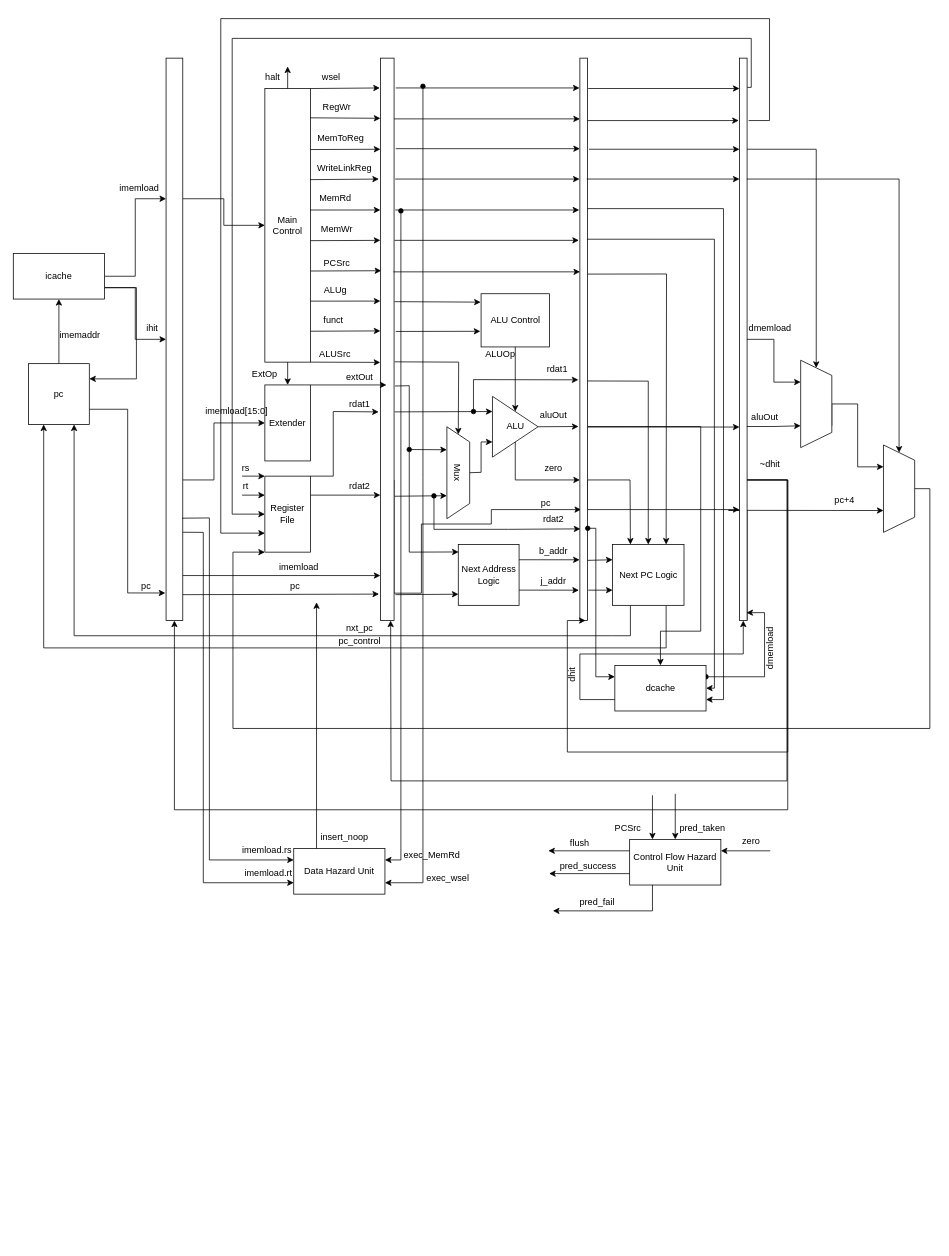
Earlier version of the draw.io diagram Pipeline.drawio.xml (dsrasheed/ece437). Source tidied: cells renumbered, new cells numbered last; positions are measured from the earlier drawing's top-left corner, leaving out a move shared by most shapes. Both pictures are drawn from the tidied source at 76%, with x=0, y=0 at pixel (13, 18).
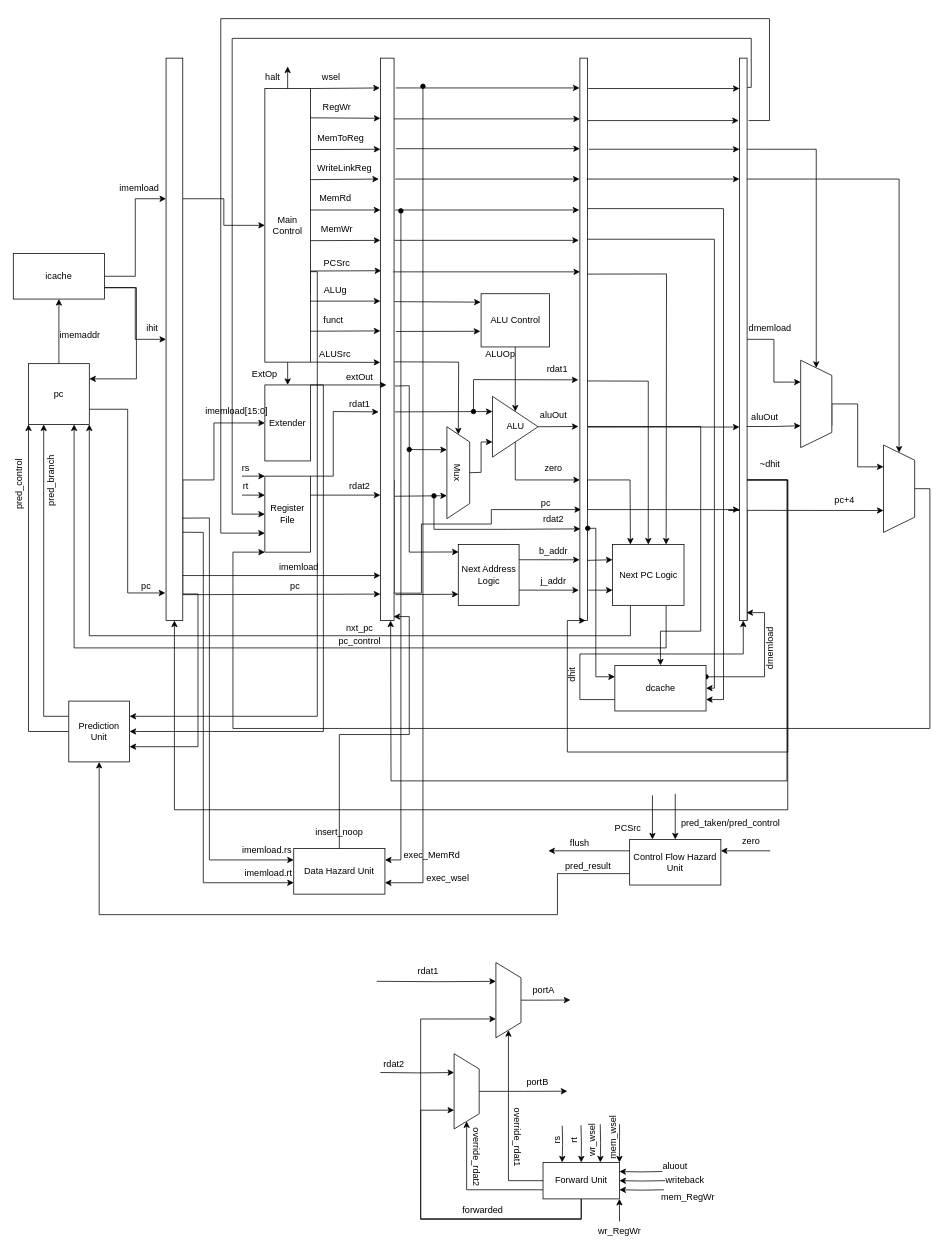
The same page after the edit.

Unchanged cells that the change refers to:
```xml
<mxCell id="4" style="rounded=0;whiteSpace=wrap;html=1;" parent="1" vertex="1">
  <mxGeometry x="201" y="52" width="22" height="740" as="geometry" />
</mxCell>
<mxCell id="5" value="Main Control" style="rounded=0;whiteSpace=wrap;html=1;" parent="1" vertex="1">
  <mxGeometry x="331" y="92" width="60" height="360" as="geometry" />
</mxCell>
<mxCell id="25" style="rounded=0;whiteSpace=wrap;html=1;" parent="1" vertex="1">
  <mxGeometry x="483" y="52" width="18" height="740" as="geometry" />
</mxCell>
<mxCell id="31" value="Extender" style="rounded=0;whiteSpace=wrap;html=1;" parent="1" vertex="1">
  <mxGeometry x="331" y="482" width="60" height="100" as="geometry" />
</mxCell>
<mxCell id="95" value="Next PC Logic" style="rounded=0;whiteSpace=wrap;html=1;" parent="1" vertex="1">
  <mxGeometry x="788.5" y="692" width="94" height="80" as="geometry" />
</mxCell>
<mxCell id="121" value="pc" style="whiteSpace=wrap;html=1;" parent="1" vertex="1">
  <mxGeometry x="20" y="454" width="80" height="80" as="geometry" />
</mxCell>
<mxCell id="139" value="Data Hazard Unit" style="rounded=0;whiteSpace=wrap;html=1;" parent="1" vertex="1">
  <mxGeometry x="369" y="1092" width="120" height="60" as="geometry" />
</mxCell>
<mxCell id="150" value="Control Flow Hazard Unit" style="rounded=0;whiteSpace=wrap;html=1;" parent="1" vertex="1">
  <mxGeometry x="811" y="1080" width="120" height="60" as="geometry" />
</mxCell>
```

What changed in the source:
```diff
@@
+    <mxCell id="164" style="edgeStyle=orthogonalEdgeStyle;rounded=0;jettySize=auto;html=1;exitX=1;exitY=0.75;exitDx=0;exitDy=0;entryX=1;entryY=0.75;entryDx=0;entryDy=0;" parent="1" edge="1" source="4" target="171">
+      <mxGeometry relative="1" as="geometry">
+        <Array as="points">
+          <mxPoint x="223" y="757" />
+          <mxPoint x="243" y="757" />
+          <mxPoint x="243" y="958" />
+        </Array>
+      </mxGeometry>
+    </mxCell>
@@
+    <mxCell id="165" style="edgeStyle=orthogonalEdgeStyle;rounded=0;jettySize=auto;html=1;exitX=1;exitY=0.75;exitDx=0;exitDy=0;entryX=1;entryY=0.25;entryDx=0;entryDy=0;" parent="1" edge="1" source="5" target="171">
+      <mxGeometry relative="1" as="geometry">
+        <Array as="points">
+          <mxPoint x="391" y="333" />
+          <mxPoint x="400" y="333" />
+          <mxPoint x="400" y="918" />
+        </Array>
+      </mxGeometry>
+    </mxCell>
@@
+    <mxCell id="166" style="edgeStyle=orthogonalEdgeStyle;rounded=0;jettySize=auto;html=1;exitX=1;exitY=0;exitDx=0;exitDy=0;entryX=1;entryY=0.5;entryDx=0;entryDy=0;" parent="1" edge="1" source="31" target="171">
+      <mxGeometry relative="1" as="geometry">
+        <Array as="points">
+          <mxPoint x="408" y="482" />
+          <mxPoint x="408" y="938" />
+        </Array>
+      </mxGeometry>
+    </mxCell>
@@
-    <mxCell id="69" style="endArrow=classic;html=1;rounded=0;exitX=1;exitY=0.954;exitDx=0;exitDy=0;exitPerimeter=0;entryX=-0.1;entryY=0.953;entryDx=0;entryDy=0;entryPerimeter=0;" parent="1" edge="1" source="4" target="25">
+    <mxCell id="69" style="endArrow=classic;html=1;rounded=0;exitX=1;exitY=0.954;exitDx=0;exitDy=0;exitPerimeter=0;entryX=0;entryY=0.953;entryDx=0;entryDy=0;entryPerimeter=0;" parent="1" edge="1" source="4" target="25">
       <mxGeometry relative="1" as="geometry" />
     </mxCell>
@@
-    <mxCell id="75" style="edgeStyle=orthogonalEdgeStyle;rounded=0;jettySize=auto;html=1;exitX=0.25;exitY=1;exitDx=0;exitDy=0;entryX=0.75;entryY=1;entryDx=0;entryDy=0;startArrow=none;startFill=0;" parent="1" edge="1" source="95" target="121">
+    <mxCell id="75" style="edgeStyle=orthogonalEdgeStyle;rounded=0;jettySize=auto;html=1;exitX=0.25;exitY=1;exitDx=0;exitDy=0;entryX=1;entryY=1;entryDx=0;entryDy=0;startArrow=none;startFill=0;" parent="1" edge="1" source="95" target="121">
       <mxGeometry relative="1" as="geometry">
         <Array as="points">
-          <mxPoint x="787" y="812" />
-          <mxPoint x="107" y="812" />
+          <mxPoint x="812" y="812" />
+          <mxPoint x="100" y="812" />
         </Array>
       </mxGeometry>
     </mxCell>
-    <mxCell id="76" style="edgeStyle=orthogonalEdgeStyle;rounded=0;jettySize=auto;html=1;exitX=0.75;exitY=1;exitDx=0;exitDy=0;entryX=0.25;entryY=1;entryDx=0;entryDy=0;startArrow=none;startFill=0;" parent="1" edge="1" source="95" target="121">
+    <mxCell id="76" style="edgeStyle=orthogonalEdgeStyle;rounded=0;jettySize=auto;html=1;exitX=0.75;exitY=1;exitDx=0;exitDy=0;entryX=0.75;entryY=1;entryDx=0;entryDy=0;startArrow=none;startFill=0;" parent="1" edge="1" source="95" target="121">
       <mxGeometry relative="1" as="geometry">
         <Array as="points">
-          <mxPoint x="835" y="828" />
-          <mxPoint x="67" y="828" />
+          <mxPoint x="859" y="828" />
+          <mxPoint x="80" y="828" />
         </Array>
       </mxGeometry>
     </mxCell>
@@
+    <mxCell id="167" style="edgeStyle=orthogonalEdgeStyle;rounded=0;jettySize=auto;html=1;exitX=0.5;exitY=0;exitDx=0;exitDy=0;entryX=0.963;entryY=0.993;entryDx=0;entryDy=0;entryPerimeter=0;" parent="1" edge="1" source="139" target="25">
+      <mxGeometry relative="1" as="geometry" />
+    </mxCell>
@@
-    <mxCell id="148" style="endArrow=classic;html=1;rounded=0;exitX=0.25;exitY=0;exitDx=0;exitDy=0;" parent="1" edge="1" source="139">
-      <mxGeometry relative="1" as="geometry">
-        <mxPoint x="399" y="768" as="targetPoint" />
-      </mxGeometry>
-    </mxCell>
     <mxCell id="149" value="insert_noop" style="text;html=1;strokeColor=none;fillColor=none;align=center;verticalAlign=middle;whiteSpace=wrap;rounded=0;" parent="1" vertex="1">
-      <mxGeometry x="406" y="1062" width="60" height="30" as="geometry" />
+      <mxGeometry x="398.5" y="1056" width="60" height="30" as="geometry" />
     </mxCell>
+    <mxCell id="168" style="edgeStyle=orthogonalEdgeStyle;rounded=0;jettySize=auto;html=1;exitX=0;exitY=0.75;exitDx=0;exitDy=0;entryX=0.5;entryY=1;entryDx=0;entryDy=0;" parent="1" edge="1" source="150" target="171">
+      <mxGeometry relative="1" as="geometry">
+        <Array as="points">
+          <mxPoint x="716" y="1125" />
+          <mxPoint x="716" y="1179" />
+          <mxPoint x="113" y="1179" />
+        </Array>
+      </mxGeometry>
+    </mxCell>
@@
-    <mxCell id="155" value="pred_taken" style="text;html=1;strokeColor=none;fillColor=none;align=center;verticalAlign=middle;whiteSpace=wrap;rounded=0;" parent="1" vertex="1">
-      <mxGeometry x="877" y="1050" width="60" height="30" as="geometry" />
+    <mxCell id="155" value="pred_taken/pred_control" style="text;html=1;strokeColor=none;fillColor=none;align=center;verticalAlign=middle;whiteSpace=wrap;rounded=0;" parent="1" vertex="1">
+      <mxGeometry x="914" y="1044" width="60" height="30" as="geometry" />
     </mxCell>
@@
-    <mxCell id="159" style="endArrow=classic;html=1;rounded=0;exitX=0;exitY=0.75;exitDx=0;exitDy=0;" parent="1" edge="1" source="150">
-      <mxGeometry relative="1" as="geometry">
-        <mxPoint x="705" y="1125" as="targetPoint" />
-      </mxGeometry>
-    </mxCell>
@@
-    <mxCell id="161" value="pred_success" style="text;html=1;strokeColor=none;fillColor=none;align=center;verticalAlign=middle;whiteSpace=wrap;rounded=0;" parent="1" vertex="1">
+    <mxCell id="161" value="pred_result" style="text;html=1;strokeColor=none;fillColor=none;align=center;verticalAlign=middle;whiteSpace=wrap;rounded=0;" parent="1" vertex="1">
       <mxGeometry x="734" y="1104" width="45" height="21" as="geometry" />
     </mxCell>
-    <mxCell id="162" style="endArrow=classic;html=1;rounded=0;exitX=0.25;exitY=1;exitDx=0;exitDy=0;" parent="1" edge="1" source="150">
-      <mxGeometry relative="1" as="geometry">
-        <mxPoint x="710" y="1174" as="targetPoint" />
-        <Array as="points">
-          <mxPoint x="841" y="1174" />
-        </Array>
-      </mxGeometry>
-    </mxCell>
-    <mxCell id="163" value="pred_fail" style="text;html=1;strokeColor=none;fillColor=none;align=center;verticalAlign=middle;whiteSpace=wrap;rounded=0;" parent="1" vertex="1">
-      <mxGeometry x="745.5" y="1152" width="45" height="21" as="geometry" />
-    </mxCell>
+    <mxCell id="169" style="edgeStyle=orthogonalEdgeStyle;rounded=0;jettySize=auto;html=1;exitX=0;exitY=0.25;exitDx=0;exitDy=0;entryX=0.25;entryY=1;entryDx=0;entryDy=0;" parent="1" edge="1" source="171" target="121">
+      <mxGeometry relative="1" as="geometry" />
+    </mxCell>
+    <mxCell id="170" style="edgeStyle=orthogonalEdgeStyle;rounded=0;jettySize=auto;html=1;exitX=0;exitY=0.5;exitDx=0;exitDy=0;entryX=0;entryY=1;entryDx=0;entryDy=0;" parent="1" edge="1" source="171" target="121">
+      <mxGeometry relative="1" as="geometry" />
+    </mxCell>
+    <mxCell id="171" value="Prediction Unit" style="whiteSpace=wrap;html=1;" parent="1" vertex="1">
+      <mxGeometry x="73" y="898" width="80" height="80" as="geometry" />
+    </mxCell>
+    <mxCell id="172" value="pred_control" style="text;html=1;strokeColor=none;fillColor=none;align=center;verticalAlign=middle;whiteSpace=wrap;rounded=0;rotation=-90;" parent="1" vertex="1">
+      <mxGeometry x="-23" y="606" width="60" height="13" as="geometry" />
+    </mxCell>
+    <mxCell id="173" value="pred_branch" style="text;html=1;strokeColor=none;fillColor=none;align=center;verticalAlign=middle;whiteSpace=wrap;rounded=0;rotation=-90;" parent="1" vertex="1">
+      <mxGeometry x="20" y="593" width="60" height="30" as="geometry" />
+    </mxCell>
+    <mxCell id="174" style="edgeStyle=orthogonalEdgeStyle;rounded=0;jettySize=auto;html=1;exitX=0;exitY=0.75;exitDx=0;exitDy=0;" parent="1" edge="1" source="186" target="189">
+      <mxGeometry relative="1" as="geometry" />
+    </mxCell>
+    <mxCell id="175" style="edgeStyle=orthogonalEdgeStyle;rounded=0;jettySize=auto;html=1;exitX=0;exitY=0.5;exitDx=0;exitDy=0;" parent="1" edge="1" source="186" target="192">
+      <mxGeometry relative="1" as="geometry" />
+    </mxCell>
+    <mxCell id="176" style="edgeStyle=orthogonalEdgeStyle;rounded=0;jettySize=auto;html=1;exitX=0.5;exitY=1;exitDx=0;exitDy=0;entryX=0.75;entryY=1;entryDx=0;entryDy=0;" parent="1" edge="1" source="186" target="192">
+      <mxGeometry relative="1" as="geometry">
+        <Array as="points">
+          <mxPoint x="747" y="1580" />
+          <mxPoint x="536" y="1580" />
+          <mxPoint x="536" y="1316" />
+        </Array>
+      </mxGeometry>
+    </mxCell>
+    <mxCell id="177" style="edgeStyle=orthogonalEdgeStyle;rounded=0;jettySize=auto;html=1;exitX=0.5;exitY=1;exitDx=0;exitDy=0;entryX=0.75;entryY=1;entryDx=0;entryDy=0;" parent="1" edge="1" source="186" target="189">
+      <mxGeometry relative="1" as="geometry">
+        <Array as="points">
+          <mxPoint x="747" y="1579" />
+          <mxPoint x="536" y="1579" />
+          <mxPoint x="536" y="1436" />
+        </Array>
+      </mxGeometry>
+    </mxCell>
+    <mxCell id="178" style="edgeStyle=orthogonalEdgeStyle;rounded=0;jettySize=auto;html=1;exitX=0.25;exitY=0;exitDx=0;exitDy=0;entryX=0.25;entryY=0;entryDx=0;entryDy=0;" parent="1" edge="1" target="186">
+      <mxGeometry relative="1" as="geometry">
+        <mxPoint x="722.3" y="1456.7" as="sourcePoint" />
+      </mxGeometry>
+    </mxCell>
+    <mxCell id="179" style="edgeStyle=orthogonalEdgeStyle;rounded=0;jettySize=auto;html=1;entryX=0.5;entryY=0;entryDx=0;entryDy=0;" parent="1" edge="1" target="186">
+      <mxGeometry relative="1" as="geometry">
+        <mxPoint x="747" y="1456" as="sourcePoint" />
+      </mxGeometry>
+    </mxCell>
+    <mxCell id="180" style="edgeStyle=orthogonalEdgeStyle;rounded=0;jettySize=auto;html=1;exitX=0.75;exitY=0;exitDx=0;exitDy=0;entryX=0.75;entryY=0;entryDx=0;entryDy=0;" parent="1" edge="1" target="186">
+      <mxGeometry relative="1" as="geometry">
+        <mxPoint x="772.3" y="1454.7" as="sourcePoint" />
+      </mxGeometry>
+    </mxCell>
+    <mxCell id="181" style="edgeStyle=orthogonalEdgeStyle;rounded=0;jettySize=auto;html=1;exitX=1;exitY=0;exitDx=0;exitDy=0;entryX=1;entryY=0;entryDx=0;entryDy=0;" parent="1" edge="1" target="186">
+      <mxGeometry relative="1" as="geometry">
+        <mxPoint x="797.7" y="1454.7" as="sourcePoint" />
+        <Array as="points">
+          <mxPoint x="798" y="1471" />
+          <mxPoint x="798" y="1471" />
+        </Array>
+      </mxGeometry>
+    </mxCell>
+    <mxCell id="182" style="edgeStyle=orthogonalEdgeStyle;rounded=0;jettySize=auto;html=1;entryX=1;entryY=0.25;entryDx=0;entryDy=0;" parent="1" edge="1" target="186">
+      <mxGeometry relative="1" as="geometry">
+        <mxPoint x="854" y="1517" as="sourcePoint" />
+      </mxGeometry>
+    </mxCell>
+    <mxCell id="183" style="edgeStyle=orthogonalEdgeStyle;rounded=0;jettySize=auto;html=1;entryX=1;entryY=0.5;entryDx=0;entryDy=0;" parent="1" edge="1" target="186">
+      <mxGeometry relative="1" as="geometry">
+        <mxPoint x="858" y="1529" as="sourcePoint" />
+      </mxGeometry>
+    </mxCell>
+    <mxCell id="184" style="edgeStyle=orthogonalEdgeStyle;rounded=0;jettySize=auto;html=1;entryX=1;entryY=0.75;entryDx=0;entryDy=0;" parent="1" edge="1" target="186">
+      <mxGeometry relative="1" as="geometry">
+        <mxPoint x="856" y="1541" as="sourcePoint" />
+      </mxGeometry>
+    </mxCell>
+    <mxCell id="185" style="edgeStyle=orthogonalEdgeStyle;rounded=0;jettySize=auto;html=1;exitX=1;exitY=1;exitDx=0;exitDy=0;entryX=1;entryY=1;entryDx=0;entryDy=0;" parent="1" edge="1" target="186">
+      <mxGeometry relative="1" as="geometry">
+        <mxPoint x="797.7" y="1582.7" as="sourcePoint" />
+      </mxGeometry>
+    </mxCell>
+    <mxCell id="186" value="Forward Unit" style="rounded=0;whiteSpace=wrap;html=1;" parent="1" vertex="1">
+      <mxGeometry x="697" y="1505" width="100.5" height="48" as="geometry" />
+    </mxCell>
+    <mxCell id="187" style="edgeStyle=orthogonalEdgeStyle;rounded=0;jettySize=auto;html=1;exitX=0.25;exitY=1;exitDx=0;exitDy=0;entryX=0.25;entryY=1;entryDx=0;entryDy=0;" parent="1" edge="1" target="189">
+      <mxGeometry relative="1" as="geometry">
+        <mxPoint x="483" y="1386.7" as="sourcePoint" />
+      </mxGeometry>
+    </mxCell>
+    <mxCell id="188" style="edgeStyle=orthogonalEdgeStyle;rounded=0;jettySize=auto;html=1;exitX=0.5;exitY=0;exitDx=0;exitDy=0;" parent="1" edge="1" source="189">
+      <mxGeometry relative="1" as="geometry">
+        <mxPoint x="729" y="1411.3" as="targetPoint" />
+      </mxGeometry>
+    </mxCell>
+    <mxCell id="189" style="shape=trapezoid;perimeter=trapezoidPerimeter;whiteSpace=wrap;html=1;fixedSize=1;rotation=90;" parent="1" vertex="1">
+      <mxGeometry x="547" y="1395" width="99" height="33" as="geometry" />
+    </mxCell>
+    <mxCell id="190" style="edgeStyle=orthogonalEdgeStyle;rounded=0;jettySize=auto;html=1;exitX=0.25;exitY=1;exitDx=0;exitDy=0;entryX=0.25;entryY=1;entryDx=0;entryDy=0;" parent="1" edge="1" target="192">
+      <mxGeometry relative="1" as="geometry">
+        <mxPoint x="478.3" y="1266.7" as="sourcePoint" />
+      </mxGeometry>
+    </mxCell>
+    <mxCell id="191" style="edgeStyle=orthogonalEdgeStyle;rounded=0;jettySize=auto;html=1;exitX=0.5;exitY=0;exitDx=0;exitDy=0;" parent="1" edge="1" source="192">
+      <mxGeometry relative="1" as="geometry">
+        <mxPoint x="733" y="1291.3" as="targetPoint" />
+      </mxGeometry>
+    </mxCell>
+    <mxCell id="192" style="shape=trapezoid;perimeter=trapezoidPerimeter;whiteSpace=wrap;html=1;fixedSize=1;rotation=90;" parent="1" vertex="1">
+      <mxGeometry x="602" y="1275" width="99" height="33" as="geometry" />
+    </mxCell>
+    <mxCell id="193" value="portB" style="text;html=1;strokeColor=none;fillColor=none;align=center;verticalAlign=middle;whiteSpace=wrap;rounded=0;" parent="1" vertex="1">
+      <mxGeometry x="660" y="1385" width="60" height="30" as="geometry" />
+    </mxCell>
+    <mxCell id="194" value="portA" style="text;html=1;strokeColor=none;fillColor=none;align=center;verticalAlign=middle;whiteSpace=wrap;rounded=0;" parent="1" vertex="1">
+      <mxGeometry x="668" y="1263" width="60" height="30" as="geometry" />
+    </mxCell>
+    <mxCell id="195" value="rdat1" style="text;html=1;strokeColor=none;fillColor=none;align=center;verticalAlign=middle;whiteSpace=wrap;rounded=0;" parent="1" vertex="1">
+      <mxGeometry x="516" y="1238" width="60" height="30" as="geometry" />
+    </mxCell>
+    <mxCell id="196" value="rdat2" style="text;html=1;strokeColor=none;fillColor=none;align=center;verticalAlign=middle;whiteSpace=wrap;rounded=0;" parent="1" vertex="1">
+      <mxGeometry x="471" y="1361" width="60" height="30" as="geometry" />
+    </mxCell>
+    <mxCell id="197" value="forwarded" style="text;html=1;strokeColor=none;fillColor=none;align=center;verticalAlign=middle;whiteSpace=wrap;rounded=0;" parent="1" vertex="1">
+      <mxGeometry x="588" y="1553" width="60" height="30" as="geometry" />
+    </mxCell>
+    <mxCell id="198" value="rs" style="text;html=1;strokeColor=none;fillColor=none;align=center;verticalAlign=middle;whiteSpace=wrap;rounded=0;rotation=-90;" parent="1" vertex="1">
+      <mxGeometry x="685.5" y="1461" width="60" height="30" as="geometry" />
+    </mxCell>
+    <mxCell id="199" value="override_rdat2" style="text;html=1;strokeColor=none;fillColor=none;align=center;verticalAlign=middle;whiteSpace=wrap;rounded=0;rotation=90;" parent="1" vertex="1">
+      <mxGeometry x="579" y="1483" width="60" height="30" as="geometry" />
+    </mxCell>
+    <mxCell id="200" value="override_rdat1" style="text;html=1;strokeColor=none;fillColor=none;align=center;verticalAlign=middle;whiteSpace=wrap;rounded=0;rotation=90;" parent="1" vertex="1">
+      <mxGeometry x="633" y="1457" width="60" height="30" as="geometry" />
+    </mxCell>
+    <mxCell id="201" value="rt" style="text;html=1;strokeColor=none;fillColor=none;align=center;verticalAlign=middle;whiteSpace=wrap;rounded=0;rotation=-90;" parent="1" vertex="1">
+      <mxGeometry x="708" y="1461" width="60" height="30" as="geometry" />
+    </mxCell>
+    <mxCell id="202" value="wr_wsel" style="text;html=1;strokeColor=none;fillColor=none;align=center;verticalAlign=middle;whiteSpace=wrap;rounded=0;rotation=-90;" parent="1" vertex="1">
+      <mxGeometry x="731.5" y="1461" width="60" height="30" as="geometry" />
+    </mxCell>
+    <mxCell id="203" value="mem_wsel" style="text;html=1;strokeColor=none;fillColor=none;align=center;verticalAlign=middle;whiteSpace=wrap;rounded=0;rotation=-90;" parent="1" vertex="1">
+      <mxGeometry x="759" y="1457" width="60" height="30" as="geometry" />
+    </mxCell>
+    <mxCell id="204" value="aluout" style="text;html=1;strokeColor=none;fillColor=none;align=center;verticalAlign=middle;whiteSpace=wrap;rounded=0;" parent="1" vertex="1">
+      <mxGeometry x="841" y="1495" width="60" height="30" as="geometry" />
+    </mxCell>
+    <mxCell id="205" value="writeback" style="text;html=1;strokeColor=none;fillColor=none;align=center;verticalAlign=middle;whiteSpace=wrap;rounded=0;" parent="1" vertex="1">
+      <mxGeometry x="854" y="1514" width="60" height="30" as="geometry" />
+    </mxCell>
+    <mxCell id="206" value="mem_RegWr" style="text;html=1;strokeColor=none;fillColor=none;align=center;verticalAlign=middle;whiteSpace=wrap;rounded=0;" parent="1" vertex="1">
+      <mxGeometry x="858" y="1536" width="60" height="30" as="geometry" />
+    </mxCell>
+    <mxCell id="207" value="wr_RegWr" style="text;html=1;strokeColor=none;fillColor=none;align=center;verticalAlign=middle;whiteSpace=wrap;rounded=0;" parent="1" vertex="1">
+      <mxGeometry x="768" y="1581" width="60" height="30" as="geometry" />
+    </mxCell>
```
